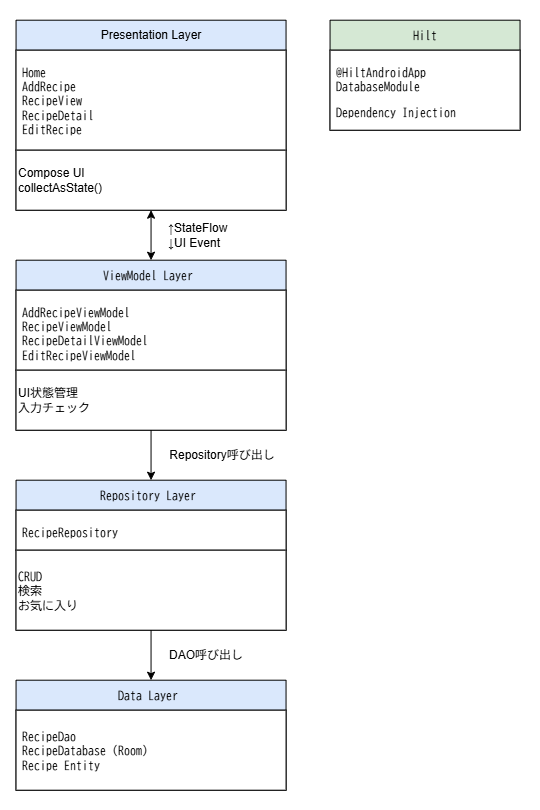
Earlier version of the draw.io export docs/images/MVVM.png (kotlin-boy/recipeApp). Source tidied: cells renumbered, new cells last; positions are measured from the earlier drawing's top-left corner, leaving out a move shared by most shapes.
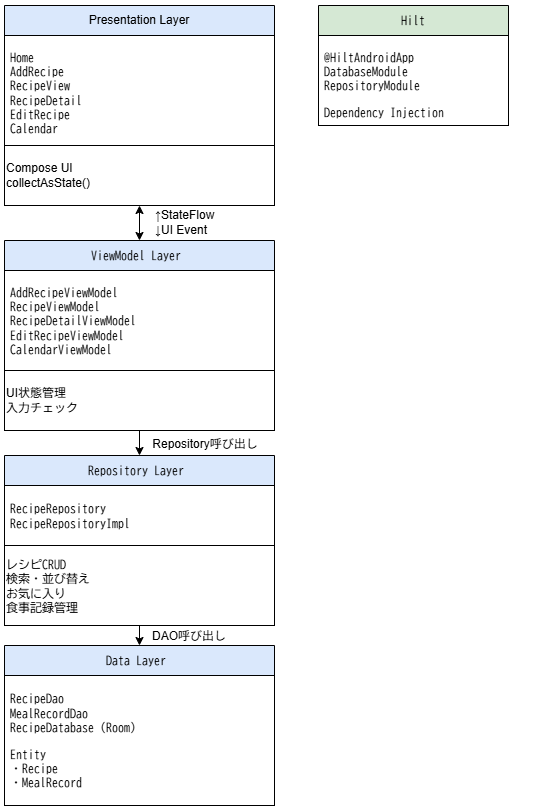
After the change.

Diff of the diagram source:
```diff
@@ -3,65 +3,67 @@
     <mxCell id="0" />
     <mxCell id="1" parent="0" />
     <mxCell id="2" value="Presentation Layer" style="swimlane;fontStyle=0;horizontal=1;startSize=30;whiteSpace=wrap;html=1;fillColor=#dae8fc;strokeColor=#000000;" parent="1" vertex="1">
-      <mxGeometry width="270" height="190" as="geometry" />
+      <mxGeometry x="-12" y="-15" width="270" height="200" as="geometry" />
     </mxCell>
-    <mxCell id="3" value="&lt;div&gt;&lt;pre dir=&quot;ltr&quot;&gt;&lt;code&gt;Home&lt;br&gt;AddRecipe&lt;br&gt;RecipeView&lt;br&gt;RecipeDetail&lt;br&gt;EditRecipe&lt;/code&gt;&lt;/pre&gt;&lt;/div&gt;" style="text;align=left;verticalAlign=middle;spacingLeft=4;spacingRight=4;overflow=hidden;whiteSpace=wrap;html=1;fillColor=default;strokeColor=default;" parent="2" vertex="1">
-      <mxGeometry y="30" width="270" height="100" as="geometry" />
+    <mxCell id="3" value="&lt;div&gt;&lt;pre dir=&quot;ltr&quot;&gt;&lt;code&gt;Home&lt;br&gt;AddRecipe&lt;br&gt;RecipeView&lt;br&gt;RecipeDetail&lt;br&gt;EditRecipe&lt;br&gt;Calendar&lt;/code&gt;&lt;/pre&gt;&lt;/div&gt;" style="text;align=left;verticalAlign=middle;spacingLeft=4;spacingRight=4;overflow=hidden;whiteSpace=wrap;html=1;fillColor=default;strokeColor=default;" parent="2" vertex="1">
+      <mxGeometry y="30" width="270" height="110" as="geometry" />
     </mxCell>
     <mxCell id="4" value="Compose UI&lt;div&gt;collectAsState()&lt;/div&gt;" style="rounded=0;whiteSpace=wrap;html=1;align=left;" parent="2" vertex="1">
-      <mxGeometry y="130" width="270" height="60" as="geometry" />
+      <mxGeometry y="140" width="270" height="60" as="geometry" />
     </mxCell>
     <mxCell id="5" value="&lt;pre dir=&quot;ltr&quot;&gt;&lt;code&gt;ViewModel Layer &lt;/code&gt;&lt;/pre&gt;" style="swimlane;fontStyle=0;horizontal=1;startSize=30;whiteSpace=wrap;html=1;fillColor=#dae8fc;strokeColor=#000000;" parent="1" vertex="1">
-      <mxGeometry y="240" width="270" height="170" as="geometry" />
+      <mxGeometry x="-12" y="220" width="270" height="190" as="geometry" />
     </mxCell>
-    <mxCell id="6" value="&lt;pre dir=&quot;ltr&quot;&gt;&lt;code&gt;&lt;pre dir=&quot;ltr&quot;&gt;&lt;code&gt;AddRecipeViewModel&lt;br&gt;&lt;/code&gt;RecipeViewModel                                                   &lt;br&gt;RecipeDetailViewModel                                                &lt;br&gt;EditRecipeViewModel                                                  &lt;/pre&gt;&lt;/code&gt;&lt;/pre&gt;" style="text;strokeColor=default;fillColor=default;align=left;verticalAlign=middle;spacingLeft=4;spacingRight=4;overflow=hidden;whiteSpace=wrap;html=1;" parent="5" vertex="1">
-      <mxGeometry y="30" width="270" height="80" as="geometry" />
+    <mxCell id="6" value="&lt;pre dir=&quot;ltr&quot;&gt;&lt;code&gt;&lt;pre dir=&quot;ltr&quot;&gt;&lt;code&gt;AddRecipeViewModel&lt;br&gt;&lt;/code&gt;RecipeViewModel                                                   &lt;br&gt;RecipeDetailViewModel                                                &lt;br&gt;EditRecipeViewModel&lt;br&gt;CalendarViewModel                                                  &lt;/pre&gt;&lt;/code&gt;&lt;/pre&gt;" style="text;strokeColor=default;fillColor=default;align=left;verticalAlign=middle;spacingLeft=4;spacingRight=4;overflow=hidden;whiteSpace=wrap;html=1;" parent="5" vertex="1">
+      <mxGeometry y="30" width="270" height="100" as="geometry" />
     </mxCell>
     <mxCell id="7" value="UI状態管理&lt;div&gt;入力チェック&lt;/div&gt;" style="rounded=0;whiteSpace=wrap;html=1;align=left;" parent="5" vertex="1">
-      <mxGeometry y="110" width="270" height="60" as="geometry" />
+      <mxGeometry y="130" width="270" height="60" as="geometry" />
     </mxCell>
     <mxCell id="8" value="&lt;pre dir=&quot;ltr&quot;&gt;&lt;code&gt;Repository Layer &lt;/code&gt;&lt;/pre&gt;" style="swimlane;fontStyle=0;horizontal=1;startSize=30;whiteSpace=wrap;html=1;fillColor=#dae8fc;strokeColor=#000000;" parent="1" vertex="1">
-      <mxGeometry y="460" width="270" height="150" as="geometry" />
+      <mxGeometry x="-12" y="435" width="270" height="170" as="geometry" />
     </mxCell>
-    <mxCell id="9" value="&lt;pre dir=&quot;ltr&quot;&gt;&lt;code&gt;&lt;pre dir=&quot;ltr&quot;&gt;RecipeRepository                                                                                       &lt;/pre&gt;&lt;/code&gt;&lt;/pre&gt;" style="text;strokeColor=default;fillColor=default;align=left;verticalAlign=middle;spacingLeft=4;spacingRight=4;overflow=hidden;whiteSpace=wrap;html=1;" parent="8" vertex="1">
-      <mxGeometry y="30" width="270" height="40" as="geometry" />
+    <mxCell id="9" value="&lt;pre dir=&quot;ltr&quot;&gt;&lt;code&gt;&lt;pre dir=&quot;ltr&quot;&gt;RecipeRepository&lt;br&gt;RecipeRepositoryImpl                                                                                       &lt;/pre&gt;&lt;/code&gt;&lt;/pre&gt;" style="text;strokeColor=default;fillColor=default;align=left;verticalAlign=middle;spacingLeft=4;spacingRight=4;overflow=hidden;whiteSpace=wrap;html=1;" parent="8" vertex="1">
+      <mxGeometry y="30" width="270" height="60" as="geometry" />
     </mxCell>
-    <mxCell id="10" value="&lt;pre dir=&quot;ltr&quot;&gt;&lt;code&gt;CRUD&lt;br&gt;&lt;/code&gt;検索&lt;br&gt;お気に入り&lt;br&gt;&lt;/pre&gt;" style="rounded=0;whiteSpace=wrap;html=1;align=left;" parent="8" vertex="1">
-      <mxGeometry y="70" width="270" height="80" as="geometry" />
+    <mxCell id="10" value="&lt;pre dir=&quot;ltr&quot;&gt;&lt;code&gt;レシピCRUD&lt;br&gt;&lt;/code&gt;検索・並び替え&lt;br&gt;お気に入り&lt;br&gt;食事記録管理&lt;/pre&gt;" style="rounded=0;whiteSpace=wrap;html=1;align=left;" parent="8" vertex="1">
+      <mxGeometry y="90" width="270" height="80" as="geometry" />
     </mxCell>
     <mxCell id="11" value="&lt;pre dir=&quot;ltr&quot;&gt;&lt;code&gt;Data Layer &lt;/code&gt;&lt;/pre&gt;" style="swimlane;fontStyle=0;horizontal=1;startSize=30;whiteSpace=wrap;html=1;fillColor=#dae8fc;strokeColor=#000000;" parent="1" vertex="1">
-      <mxGeometry y="660" width="270" height="110" as="geometry" />
+      <mxGeometry x="-12" y="625" width="270" height="160" as="geometry" />
     </mxCell>
-    <mxCell id="12" value="&lt;pre dir=&quot;ltr&quot;&gt;&lt;code&gt;&lt;pre dir=&quot;ltr&quot;&gt;RecipeDao&lt;br&gt;RecipeDatabase (Room)&lt;br&gt;Recipe Entity&lt;/pre&gt;&lt;/code&gt;&lt;/pre&gt;" style="text;strokeColor=default;fillColor=default;align=left;verticalAlign=middle;spacingLeft=4;spacingRight=4;overflow=hidden;whiteSpace=wrap;html=1;" parent="11" vertex="1">
-      <mxGeometry y="30" width="270" height="80" as="geometry" />
+    <mxCell id="12" value="&lt;pre dir=&quot;ltr&quot;&gt;&lt;code&gt;&lt;pre dir=&quot;ltr&quot;&gt;RecipeDao&lt;br&gt;MealRecordDao&lt;br&gt;RecipeDatabase (Room)&lt;br&gt;&lt;pre dir=&quot;ltr&quot;&gt;&lt;code&gt;&lt;pre dir=&quot;ltr&quot;&gt;&lt;code&gt;Entity&lt;br&gt;&lt;/code&gt;・Recipe&lt;br&gt;・MealRecord&lt;br&gt;&lt;/pre&gt;&lt;/code&gt;&lt;/pre&gt;&lt;/pre&gt;&lt;/code&gt;&lt;/pre&gt;" style="text;strokeColor=default;fillColor=default;align=left;verticalAlign=middle;spacingLeft=4;spacingRight=4;overflow=hidden;whiteSpace=wrap;html=1;" parent="11" vertex="1">
+      <mxGeometry y="30" width="270" height="130" as="geometry" />
     </mxCell>
     <mxCell id="13" value="&lt;pre dir=&quot;ltr&quot;&gt;&lt;code&gt;Hilt&lt;/code&gt;&lt;/pre&gt;" style="swimlane;fontStyle=0;horizontal=1;startSize=30;whiteSpace=wrap;html=1;fillColor=#d5e8d4;strokeColor=#000000;" parent="1" vertex="1">
-      <mxGeometry x="314" width="190" height="110" as="geometry" />
+      <mxGeometry x="302" y="-15" width="190" height="120" as="geometry" />
     </mxCell>
-    <mxCell id="14" value="&lt;pre dir=&quot;ltr&quot;&gt;&lt;code&gt;&lt;pre dir=&quot;ltr&quot;&gt;&lt;pre dir=&quot;ltr&quot;&gt;&lt;code&gt;@HiltAndroidApp&lt;br&gt;&lt;/code&gt;DatabaseModule&lt;/pre&gt;Dependency Injection&lt;/pre&gt;&lt;/code&gt;&lt;/pre&gt;" style="text;strokeColor=default;fillColor=default;align=left;verticalAlign=middle;spacingLeft=4;spacingRight=4;overflow=hidden;whiteSpace=wrap;html=1;" parent="13" vertex="1">
-      <mxGeometry y="30" width="190" height="80" as="geometry" />
+    <mxCell id="14" value="&lt;pre dir=&quot;ltr&quot;&gt;&lt;code&gt;&lt;pre dir=&quot;ltr&quot;&gt;&lt;pre dir=&quot;ltr&quot;&gt;&lt;code&gt;@HiltAndroidApp&lt;br&gt;&lt;/code&gt;DatabaseModule&lt;br&gt;RepositoryModule&lt;/pre&gt;Dependency Injection&lt;/pre&gt;&lt;/code&gt;&lt;/pre&gt;" style="text;strokeColor=default;fillColor=default;align=left;verticalAlign=middle;spacingLeft=4;spacingRight=4;overflow=hidden;whiteSpace=wrap;html=1;" parent="13" vertex="1">
+      <mxGeometry y="30" width="190" height="90" as="geometry" />
     </mxCell>
     <mxCell id="15" style="endArrow=classic;html=1;rounded=0;exitX=0.5;exitY=1;exitDx=0;exitDy=0;" parent="1" edge="1" source="5">
       <mxGeometry relative="1" as="geometry">
-        <mxPoint x="135" y="460" as="targetPoint" />
+        <mxPoint x="123" y="435" as="targetPoint" />
       </mxGeometry>
     </mxCell>
     <mxCell id="16" style="endArrow=classic;html=1;rounded=0;exitX=0.5;exitY=1;exitDx=0;exitDy=0;" parent="1" edge="1" source="8">
       <mxGeometry relative="1" as="geometry">
-        <mxPoint x="135" y="660" as="targetPoint" />
+        <mxPoint x="123" y="625" as="targetPoint" />
       </mxGeometry>
     </mxCell>
     <mxCell id="17" value="&lt;div&gt;&lt;span style=&quot;background-color: transparent; color: light-dark(rgb(0, 0, 0), rgb(255, 255, 255));&quot;&gt;↑&lt;/span&gt;&lt;span style=&quot;background-color: transparent; color: light-dark(rgb(0, 0, 0), rgb(255, 255, 255));&quot;&gt;StateFlow&lt;/span&gt;&lt;/div&gt;&lt;div&gt;&lt;span style=&quot;background-color: transparent; color: light-dark(rgb(0, 0, 0), rgb(255, 255, 255));&quot;&gt;↓UI Event&lt;/span&gt;&amp;nbsp;&amp;nbsp;&lt;/div&gt;" style="text;html=1;whiteSpace=wrap;strokeColor=none;fillColor=none;align=left;verticalAlign=middle;rounded=0;" parent="1" vertex="1">
-      <mxGeometry x="150" y="200" width="150" height="30" as="geometry" />
+      <mxGeometry x="137" y="187" width="150" height="30" as="geometry" />
     </mxCell>
     <mxCell id="18" value="Repository呼び出し" style="text;html=1;whiteSpace=wrap;strokeColor=none;fillColor=none;align=center;verticalAlign=middle;rounded=0;" parent="1" vertex="1">
-      <mxGeometry x="131" y="420" width="150" height="30" as="geometry" />
+      <mxGeometry x="114" y="409" width="150" height="30" as="geometry" />
     </mxCell>
     <mxCell id="19" value="DAO呼び出し" style="text;html=1;whiteSpace=wrap;strokeColor=none;fillColor=none;align=center;verticalAlign=middle;rounded=0;" parent="1" vertex="1">
-      <mxGeometry x="115" y="620" width="150" height="30" as="geometry" />
+      <mxGeometry x="98" y="601" width="150" height="30" as="geometry" />
     </mxCell>
-    <mxCell id="20" style="endArrow=classic;startArrow=classic;html=1;rounded=0;entryX=0.5;entryY=0;entryDx=0;entryDy=0;exitX=0.5;exitY=1;exitDx=0;exitDy=0;" parent="1" edge="1" source="4" target="5">
-      <mxGeometry relative="1" as="geometry" />
+    <mxCell id="20" style="endArrow=classic;startArrow=classic;html=1;rounded=0;exitX=0.5;exitY=1;exitDx=0;exitDy=0;" parent="1" edge="1" source="4">
+      <mxGeometry relative="1" as="geometry">
+        <mxPoint x="123" y="220" as="targetPoint" />
+      </mxGeometry>
     </mxCell>
   </root>
 </mxGraphModel>
```
